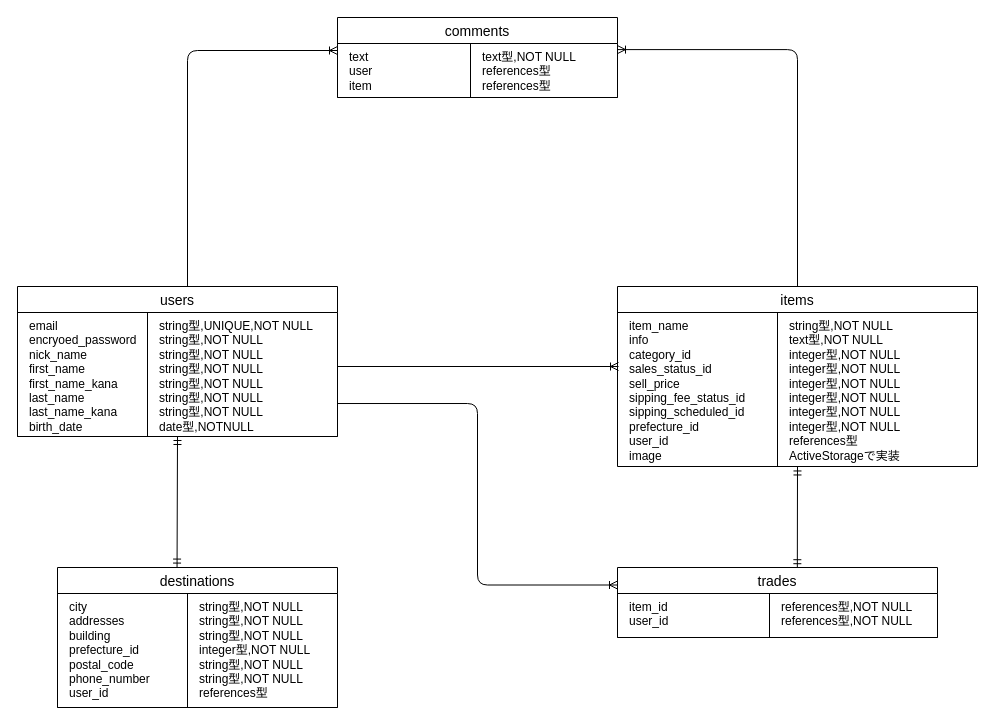
Before: furima-32347.dio in vnork/furima-32347, a draw.io diagram. Source tidied: cells renumbered, new cells numbered last; positions are measured from the earlier drawing's top-left corner, leaving out a move shared by most shapes. Both pictures are drawn from the tidied source at 100%, with x=0, y=0 at pixel (17, 17).
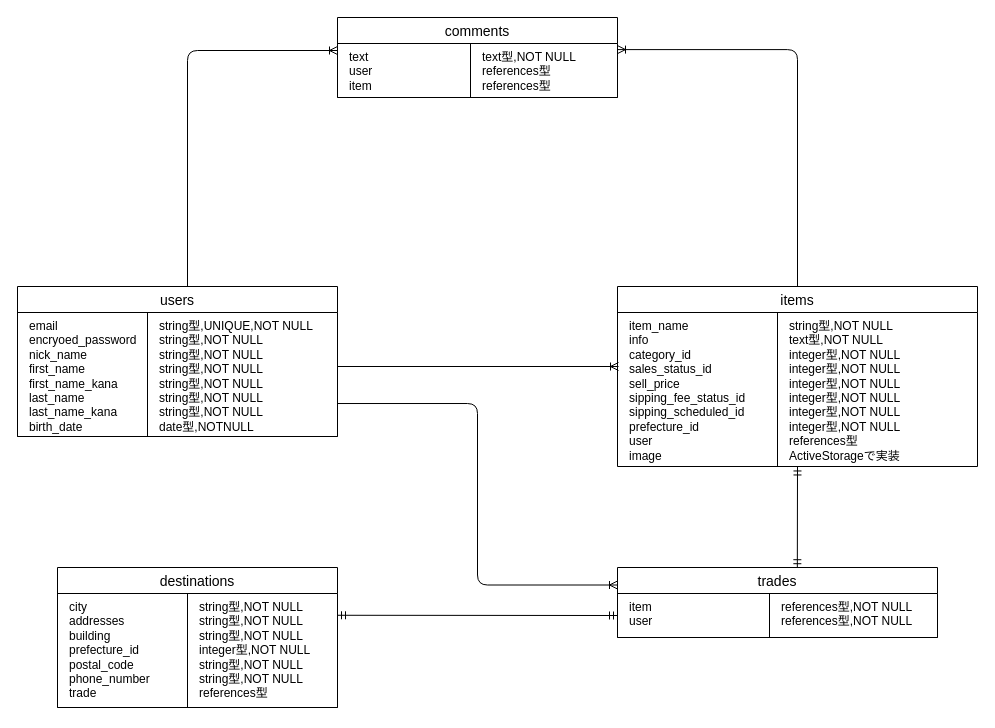
After the change.

Commit message (it also covers changes not shown here):
データベース設計修正3

Unchanged cells that the change refers to:
```xml
<mxCell id="2" value="users" style="swimlane;fontStyle=0;horizontal=1;startSize=26;align=center;fontSize=14;swimlaneLine=1;" parent="1" vertex="1">
  <mxGeometry y="269" width="320" height="150" as="geometry" />
</mxCell>
<mxCell id="9" style="shape=partialRectangle;html=1;whiteSpace=wrap;fillColor=none;top=0;left=0;bottom=0;right=0;points=[[0,0.5],[1,0.5]];portConstraint=eastwest;spacingLeft=2;" parent="8" vertex="1">
  <mxGeometry width="360" height="154" as="geometry" />
</mxCell>
<mxCell id="12" value="destinations" style="swimlane;fontStyle=0;horizontal=1;startSize=26;align=center;fontSize=14;swimlaneLine=1;" parent="1" vertex="1">
  <mxGeometry x="40" y="550" width="280" height="140" as="geometry" />
</mxCell>
<mxCell id="14" style="shape=partialRectangle;html=1;whiteSpace=wrap;fillColor=none;top=0;left=0;bottom=0;right=0;points=[[0,0.5],[1,0.5]];portConstraint=eastwest;spacingLeft=2;" parent="13" vertex="1">
  <mxGeometry width="280" height="114" as="geometry" />
</mxCell>
<mxCell id="19" style="shape=partialRectangle;html=1;whiteSpace=wrap;fillColor=none;top=0;left=0;bottom=0;right=0;points=[[0,0.5],[1,0.5]];portConstraint=eastwest;spacingLeft=2;" parent="18" vertex="1">
  <mxGeometry width="320" height="44" as="geometry" />
</mxCell>
```

Change to the diagram source:
```diff
@@
-    <mxCell id="10" value="item_name&lt;br&gt;info&lt;br&gt;category_id&lt;br&gt;sales_status_id&lt;br&gt;sell_price&lt;br&gt;sipping_fee_status_id&lt;br&gt;sipping_scheduled_id&lt;br&gt;prefecture_id&lt;br&gt;user_id&lt;br&gt;image" style="shape=partialRectangle;html=1;whiteSpace=wrap;overflow=hidden;fillColor=none;top=0;left=0;bottom=0;right=0;align=left;spacingLeft=10;verticalAlign=top;" parent="9" vertex="1">
+    <mxCell id="10" value="item_name&lt;br&gt;info&lt;br&gt;category_id&lt;br&gt;sales_status_id&lt;br&gt;sell_price&lt;br&gt;sipping_fee_status_id&lt;br&gt;sipping_scheduled_id&lt;br&gt;prefecture_id&lt;br&gt;user&lt;br&gt;image" style="shape=partialRectangle;html=1;whiteSpace=wrap;overflow=hidden;fillColor=none;top=0;left=0;bottom=0;right=0;align=left;spacingLeft=10;verticalAlign=top;" parent="9" vertex="1">
       <mxGeometry width="160" height="154" as="geometry" />
     </mxCell>
@@
-    <mxCell id="15" value="city&lt;br style=&quot;padding: 0px ; margin: 0px&quot;&gt;addresses&lt;br&gt;building&lt;br&gt;prefecture_id&lt;br&gt;postal_code&lt;br style=&quot;padding: 0px ; margin: 0px&quot;&gt;phone_number&lt;span&gt;&lt;br&gt;user_id&lt;br&gt;&lt;/span&gt;&lt;span&gt;&lt;br&gt;&lt;br&gt;&lt;/span&gt;" style="shape=partialRectangle;html=1;whiteSpace=wrap;overflow=hidden;fillColor=none;top=0;left=0;bottom=0;right=0;align=left;spacingLeft=10;verticalAlign=top;" parent="14" vertex="1">
+    <mxCell id="15" value="city&lt;br style=&quot;padding: 0px ; margin: 0px&quot;&gt;addresses&lt;br&gt;building&lt;br&gt;prefecture_id&lt;br&gt;postal_code&lt;br style=&quot;padding: 0px ; margin: 0px&quot;&gt;phone_number&lt;span&gt;&lt;br&gt;trade&lt;br&gt;&lt;/span&gt;&lt;span&gt;&lt;br&gt;&lt;br&gt;&lt;/span&gt;" style="shape=partialRectangle;html=1;whiteSpace=wrap;overflow=hidden;fillColor=none;top=0;left=0;bottom=0;right=0;align=left;spacingLeft=10;verticalAlign=top;" parent="14" vertex="1">
       <mxGeometry width="130" height="114" as="geometry" />
     </mxCell>
@@
-    <mxCell id="20" value="&lt;span&gt;item_id&lt;br&gt;user_id&lt;br&gt;&lt;/span&gt;" style="shape=partialRectangle;html=1;whiteSpace=wrap;overflow=hidden;fillColor=none;top=0;left=0;bottom=0;right=0;align=left;spacingLeft=10;verticalAlign=top;" parent="19" vertex="1">
+    <mxCell id="20" value="&lt;span&gt;item&lt;br&gt;user&lt;br&gt;&lt;/span&gt;" style="shape=partialRectangle;html=1;whiteSpace=wrap;overflow=hidden;fillColor=none;top=0;left=0;bottom=0;right=0;align=left;spacingLeft=10;verticalAlign=top;" parent="19" vertex="1">
       <mxGeometry width="152" height="44" as="geometry" />
     </mxCell>
@@
-    <mxCell id="25" style="fontSize=12;html=1;endArrow=ERmandOne;startArrow=ERmandOne;exitX=0.427;exitY=-0.003;exitDx=0;exitDy=0;exitPerimeter=0;entryX=0.5;entryY=1;entryDx=0;entryDy=0;" parent="1" edge="1" source="12" target="2">
+    <mxCell id="25" style="fontSize=12;html=1;endArrow=ERmandOne;startArrow=ERmandOne;exitX=1;exitY=0.191;exitDx=0;exitDy=0;exitPerimeter=0;entryX=0;entryY=0.5;entryDx=0;entryDy=0;" parent="1" edge="1" source="14" target="19">
       <mxGeometry relative="1" as="geometry" />
     </mxCell>
```
